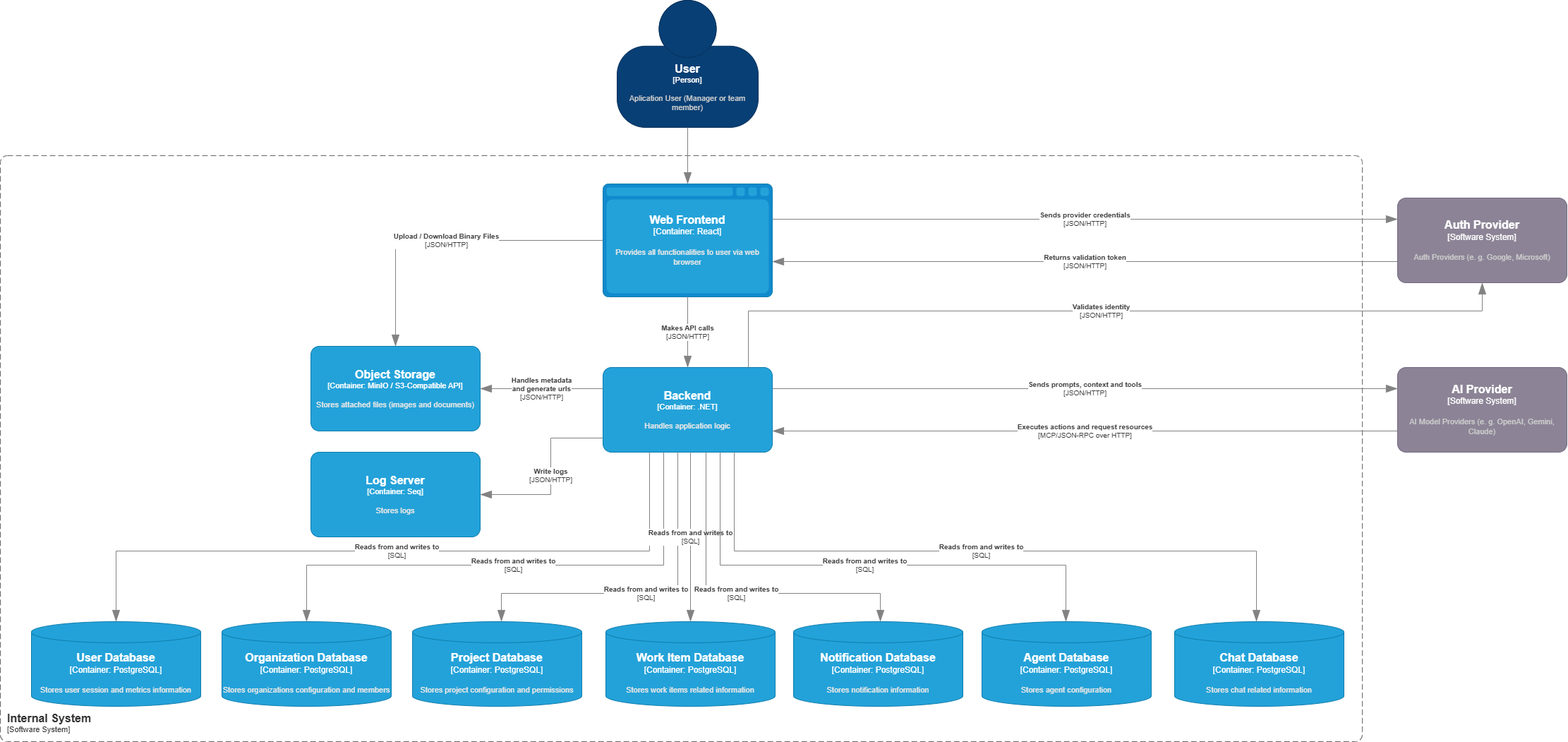
DavidVazquezRivas/TFG keeps this draw.io diagram as images/content/Diseño/level2.png. Above is the earlier version. Source tidied: cells renumbered, new cells last; positions are measured from the earlier drawing's top-left corner, leaving out a move shared by most shapes.
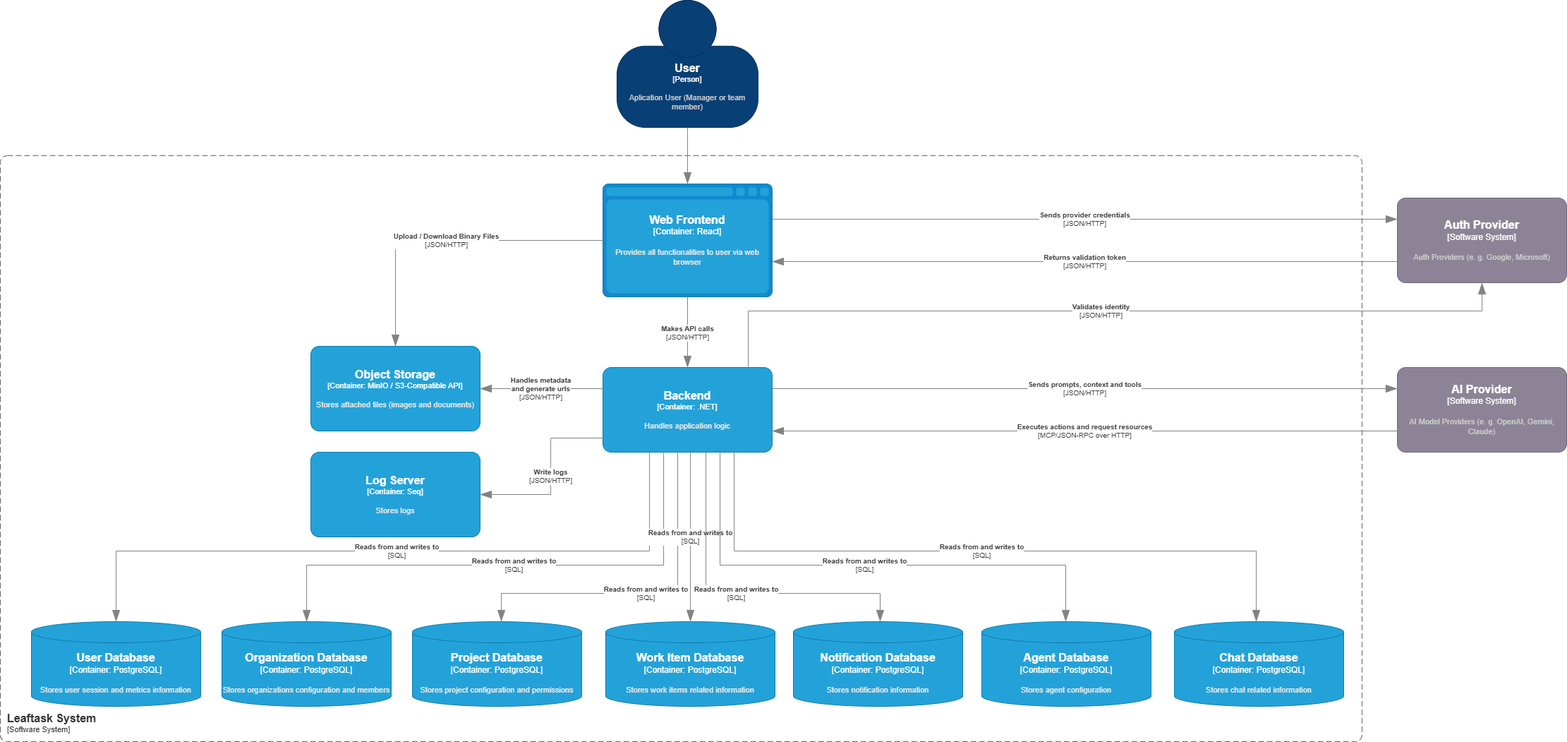
The same file after the commit.

What changed in the source:
```diff
@@ -157,7 +157,7 @@
         </mxGeometry>
       </mxCell>
     </object>
-    <object id="24" label="&lt;font style=&quot;font-size: 16px&quot;&gt;&lt;b&gt;&lt;div style=&quot;text-align: left&quot;&gt;%c4Name%&lt;/div&gt;&lt;/b&gt;&lt;/font&gt;&lt;div style=&quot;text-align: left&quot;&gt;[%c4Application%]&lt;/div&gt;" c4Application="Software System" c4Name="Internal System" c4Type="SystemScopeBoundary" placeholders="1">
+    <object id="24" label="&lt;font style=&quot;font-size: 16px&quot;&gt;&lt;b&gt;&lt;div style=&quot;text-align: left&quot;&gt;%c4Name%&lt;/div&gt;&lt;/b&gt;&lt;/font&gt;&lt;div style=&quot;text-align: left&quot;&gt;[%c4Application%]&lt;/div&gt;" c4Application="Software System" c4Name="Leaftask System" c4Type="SystemScopeBoundary" placeholders="1">
       <mxCell style="rounded=1;fontSize=11;whiteSpace=wrap;html=1;dashed=1;arcSize=20;fillColor=none;strokeColor=#666666;fontColor=#333333;labelBackgroundColor=none;align=left;verticalAlign=bottom;labelBorderColor=none;spacingTop=0;spacing=10;dashPattern=8 4;perimeter=rectanglePerimeter;noLabel=0;labelPadding=0;absoluteArcSize=1;" parent="1" vertex="1">
         <mxGeometry y="220" width="1930" height="830" as="geometry" />
       </mxCell>
```
